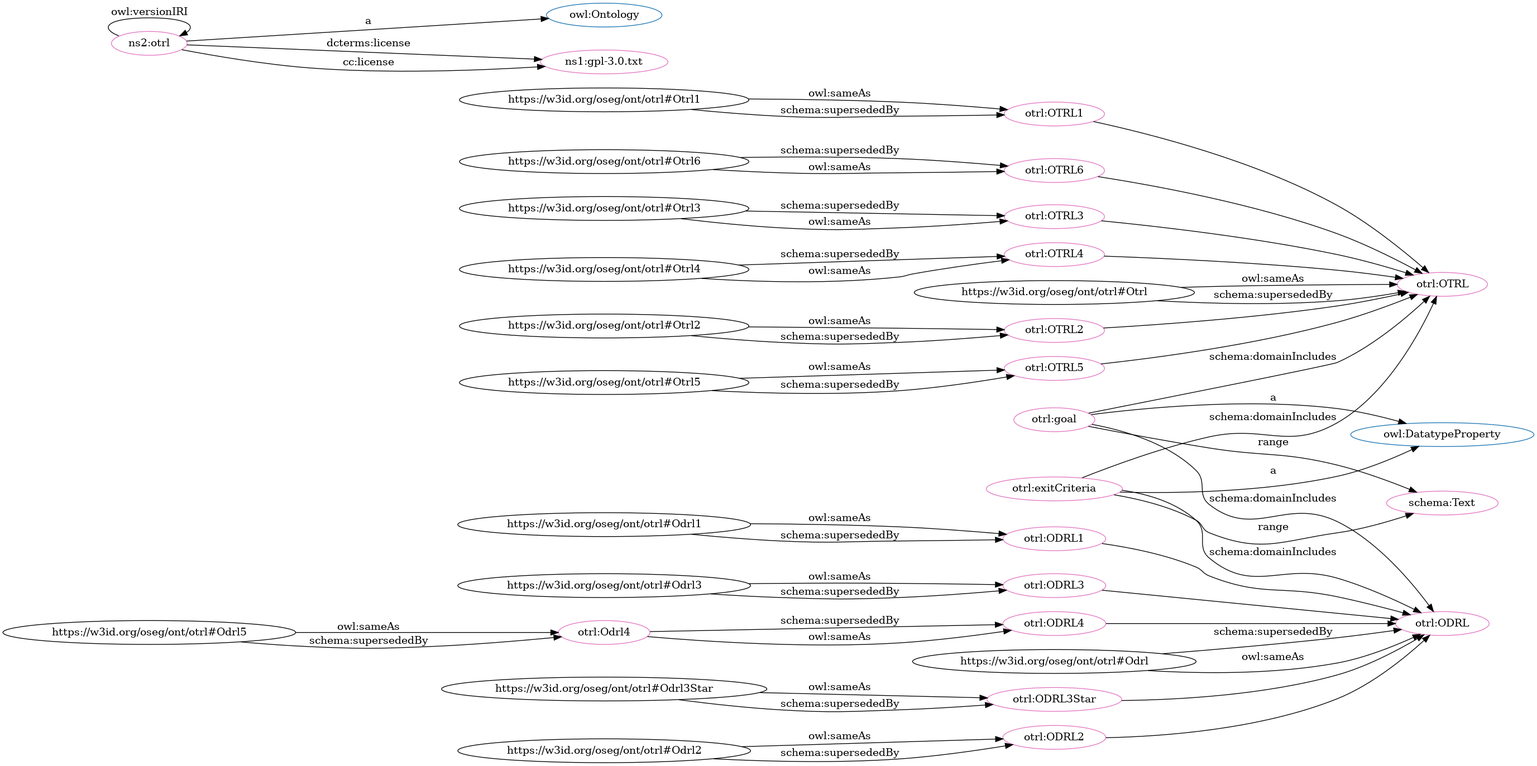
Above: dot_OTRL.png in OPEN-NEXT/OKH-LOSH (Graphviz), before the change. Its source is kept beside it as dot_OTRL.dot.
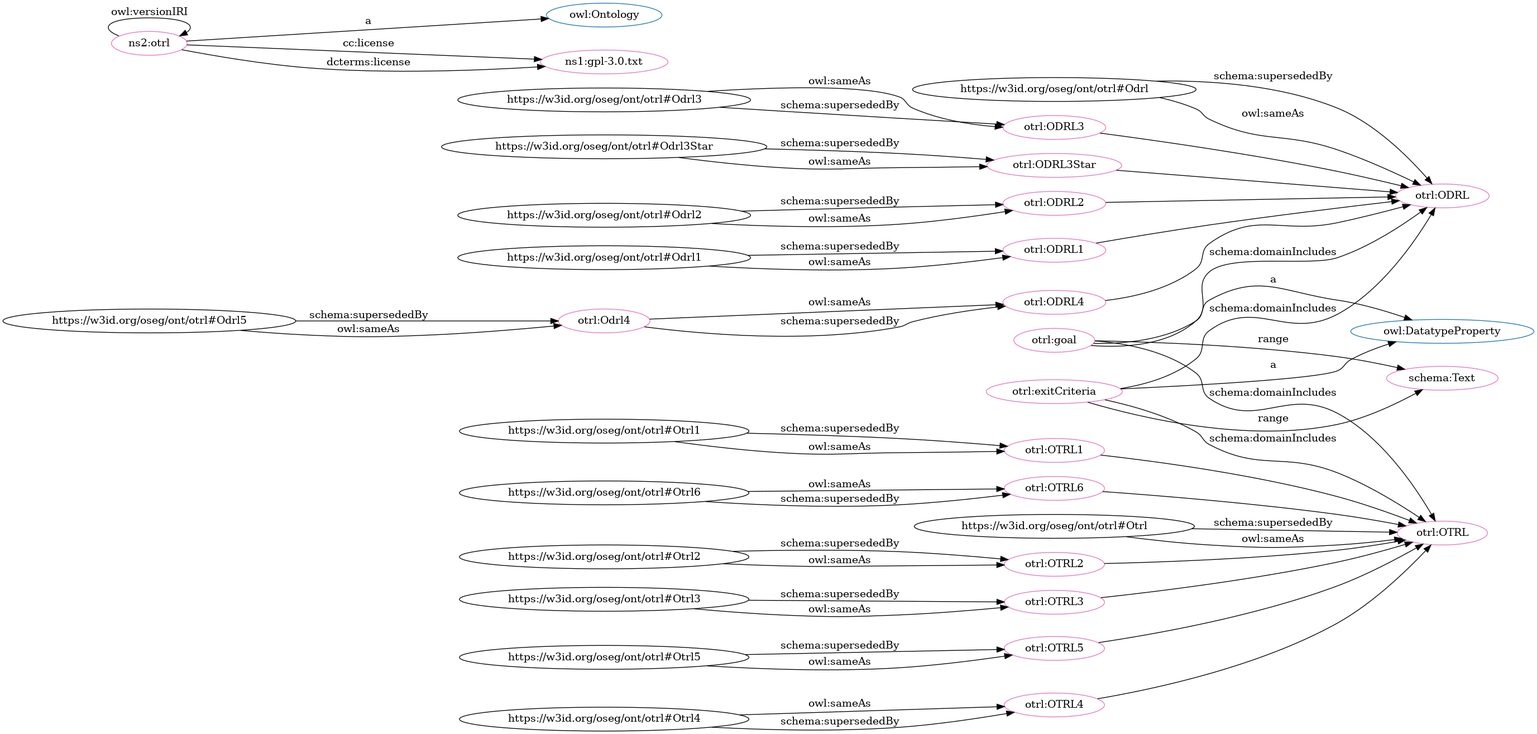
The same diagram one commit later.

Diff of the diagram source:
```diff
@@ -1,89 +1,89 @@
 digraph G {
   rankdir=BT
   node[height=.3]
+"https://w3id.org/oseg/ont/otrl#ODRL3" [fillcolor="#1f77b4" color="#1f77b4" label="otrl:ODRL3"]
+"https://w3id.org/oseg/ont/otrl#OTRL1" [fillcolor="#1f77b4" color="#1f77b4" label="otrl:OTRL1"]
+"https://w3id.org/oseg/ont/otrl#OTRL6" [fillcolor="#1f77b4" color="#1f77b4" label="otrl:OTRL6"]
+"https://w3id.org/oseg/ont/otrl#ODRL3Star" [fillcolor="#1f77b4" color="#1f77b4" label="otrl:ODRL3Star"]
+"https://w3id.org/oseg/ont/otrl#ODRL2" [fillcolor="#1f77b4" color="#1f77b4" label="otrl:ODRL2"]
+"https://w3id.org/oseg/ont/otrl#OTRL2" [fillcolor="#1f77b4" color="#1f77b4" label="otrl:OTRL2"]
+"http://www.w3.org/2002/07/owl#Ontology" [fillcolor="#1f77b4" color="#1f77b4" label="owl:Ontology"]
+"http://www.w3.org/2002/07/owl#DatatypeProperty" [fillcolor="#1f77b4" color="#1f77b4" label="owl:DatatypeProperty"]
+"https://w3id.org/oseg/ont/otrl#ODRL" [fillcolor="#1f77b4" color="#1f77b4" label="otrl:ODRL"]
+"https://w3id.org/oseg/ont/otrl#OTRL" [fillcolor="#1f77b4" color="#1f77b4" label="otrl:OTRL"]
+"https://w3id.org/oseg/ont/otrl#ODRL1" [fillcolor="#1f77b4" color="#1f77b4" label="otrl:ODRL1"]
+"https://w3id.org/oseg/ont/otrl#ODRL4" [fillcolor="#1f77b4" color="#1f77b4" label="otrl:ODRL4"]
 "https://w3id.org/oseg/ont/otrl#OTRL3" [fillcolor="#1f77b4" color="#1f77b4" label="otrl:OTRL3"]
-"https://w3id.org/oseg/ont/otrl#ODRL1" [fillcolor="#1f77b4" color="#1f77b4" label="otrl:ODRL1"]
-"http://www.w3.org/2002/07/owl#DatatypeProperty" [fillcolor="#1f77b4" color="#1f77b4" label="owl:DatatypeProperty"]
-"http://www.w3.org/2002/07/owl#Ontology" [fillcolor="#1f77b4" color="#1f77b4" label="owl:Ontology"]
-"https://w3id.org/oseg/ont/otrl#ODRL" [fillcolor="#1f77b4" color="#1f77b4" label="otrl:ODRL"]
-"https://w3id.org/oseg/ont/otrl#ODRL3" [fillcolor="#1f77b4" color="#1f77b4" label="otrl:ODRL3"]
-"https://w3id.org/oseg/ont/otrl#ODRL4" [fillcolor="#1f77b4" color="#1f77b4" label="otrl:ODRL4"]
-"https://w3id.org/oseg/ont/otrl#ODRL3Star" [fillcolor="#1f77b4" color="#1f77b4" label="otrl:ODRL3Star"]
+"https://w3id.org/oseg/ont/otrl#OTRL5" [fillcolor="#1f77b4" color="#1f77b4" label="otrl:OTRL5"]
 "https://w3id.org/oseg/ont/otrl#OTRL4" [fillcolor="#1f77b4" color="#1f77b4" label="otrl:OTRL4"]
-"https://w3id.org/oseg/ont/otrl#OTRL2" [fillcolor="#1f77b4" color="#1f77b4" label="otrl:OTRL2"]
-"https://w3id.org/oseg/ont/otrl#OTRL5" [fillcolor="#1f77b4" color="#1f77b4" label="otrl:OTRL5"]
-"https://w3id.org/oseg/ont/otrl#OTRL1" [fillcolor="#1f77b4" color="#1f77b4" label="otrl:OTRL1"]
-"https://w3id.org/oseg/ont/otrl#ODRL2" [fillcolor="#1f77b4" color="#1f77b4" label="otrl:ODRL2"]
-"https://w3id.org/oseg/ont/otrl#OTRL" [fillcolor="#1f77b4" color="#1f77b4" label="otrl:OTRL"]
-"https://w3id.org/oseg/ont/otrl#OTRL6" [fillcolor="#1f77b4" color="#1f77b4" label="otrl:OTRL6"]
 "https://w3id.org/oseg/ont/otrl#ODRL2" [fillcolor="#e377c2" color="#e377c2" label="otrl:ODRL2"]
+"https://w3id.org/oseg/ont/otrl#ODRL3Star" [fillcolor="#e377c2" color="#e377c2" label="otrl:ODRL3Star"]
+"https://w3id.org/oseg/ont/otrl#OTRL6" [fillcolor="#e377c2" color="#e377c2" label="otrl:OTRL6"]
+"https://w3id.org/oseg/ont/otrl#OTRL" [fillcolor="#e377c2" color="#e377c2" label="otrl:OTRL"]
+"https://w3id.org/oseg/ont/otrl#ODRL1" [fillcolor="#e377c2" color="#e377c2" label="otrl:ODRL1"]
+"https://w3id.org/oseg/ont/otrl#ODRL" [fillcolor="#e377c2" color="#e377c2" label="otrl:ODRL"]
+"https://w3id.org/oseg/ont/otrl#OTRL5" [fillcolor="#e377c2" color="#e377c2" label="otrl:OTRL5"]
+"https://w3id.org/oseg/ont/otrl#ODRL3" [fillcolor="#e377c2" color="#e377c2" label="otrl:ODRL3"]
 "https://w3id.org/oseg/ont/otrl#OTRL4" [fillcolor="#e377c2" color="#e377c2" label="otrl:OTRL4"]
-"https://w3id.org/oseg/ont/otrl#OTRL" [fillcolor="#e377c2" color="#e377c2" label="otrl:OTRL"]
-"https://w3id.org/oseg/ont/otrl#ODRL" [fillcolor="#e377c2" color="#e377c2" label="otrl:ODRL"]
-"https://w3id.org/oseg/ont/otrl#goal" [fillcolor="#e377c2" color="#e377c2" label="otrl:goal"]
-"https://w3id.org/oseg/ont/otrl#OTRL5" [fillcolor="#e377c2" color="#e377c2" label="otrl:OTRL5"]
-"https://www.gnu.org/licenses/gpl-3.0.txt" [fillcolor="#e377c2" color="#e377c2" label="ns1:gpl-3.0.txt"]
-"https://w3id.org/oseg/ont/otrl#ODRL1" [fillcolor="#e377c2" color="#e377c2" label="otrl:ODRL1"]
-"https://w3id.org/oseg/ont/otrl#exitCriteria" [fillcolor="#e377c2" color="#e377c2" label="otrl:exitCriteria"]
+"https://w3id.org/oseg/ont/otrl#OTRL1" [fillcolor="#e377c2" color="#e377c2" label="otrl:OTRL1"]
 "https://w3id.org/oseg/ont/otrl#OTRL3" [fillcolor="#e377c2" color="#e377c2" label="otrl:OTRL3"]
 "https://w3id.org/oseg/ont/otrl#OTRL2" [fillcolor="#e377c2" color="#e377c2" label="otrl:OTRL2"]
+"https://w3id.org/oseg/ont/otrl#ODRL4" [fillcolor="#e377c2" color="#e377c2" label="otrl:ODRL4"]
+"https://www.gnu.org/licenses/gpl-3.0.txt" [fillcolor="#e377c2" color="#e377c2" label="ns1:gpl-3.0.txt"]
+"https://w3id.org/oseg/ont/otrl#Odrl4" [fillcolor="#e377c2" color="#e377c2" label="otrl:Odrl4"]
+"https://w3id.org/oseg/ont/otrl#goal" [fillcolor="#e377c2" color="#e377c2" label="otrl:goal"]
 "https://w3id.org/oseg/ont/otrl" [fillcolor="#e377c2" color="#e377c2" label="ns2:otrl"]
-"https://w3id.org/oseg/ont/otrl#OTRL6" [fillcolor="#e377c2" color="#e377c2" label="otrl:OTRL6"]
 "http://schema.org/Text" [fillcolor="#e377c2" color="#e377c2" label="schema:Text"]
-"https://w3id.org/oseg/ont/otrl#ODRL4" [fillcolor="#e377c2" color="#e377c2" label="otrl:ODRL4"]
-"https://w3id.org/oseg/ont/otrl#ODRL3" [fillcolor="#e377c2" color="#e377c2" label="otrl:ODRL3"]
-"https://w3id.org/oseg/ont/otrl#ODRL3Star" [fillcolor="#e377c2" color="#e377c2" label="otrl:ODRL3Star"]
-"https://w3id.org/oseg/ont/otrl#Odrl4" [fillcolor="#e377c2" color="#e377c2" label="otrl:Odrl4"]
-"https://w3id.org/oseg/ont/otrl#OTRL1" [fillcolor="#e377c2" color="#e377c2" label="otrl:OTRL1"]
-  "https://w3id.org/oseg/ont/otrl#Odrl2" -> "https://w3id.org/oseg/ont/otrl#ODRL2" [label="owl:sameAs"]
+"https://w3id.org/oseg/ont/otrl#exitCriteria" [fillcolor="#e377c2" color="#e377c2" label="otrl:exitCriteria"]
+  "https://w3id.org/oseg/ont/otrl#Odrl2" -> "https://w3id.org/oseg/ont/otrl#ODRL2" [label="schema:supersededBy"]
+  "https://w3id.org/oseg/ont/otrl#Odrl3Star" -> "https://w3id.org/oseg/ont/otrl#ODRL3Star" [label="schema:supersededBy"]
+  "https://w3id.org/oseg/ont/otrl#Otrl6" -> "https://w3id.org/oseg/ont/otrl#OTRL6" [label="owl:sameAs"]
+  "https://w3id.org/oseg/ont/otrl#exitCriteria" -> "https://w3id.org/oseg/ont/otrl#OTRL" [label="schema:domainIncludes"]
+  "https://w3id.org/oseg/ont/otrl#Odrl1" -> "https://w3id.org/oseg/ont/otrl#ODRL1" [label="schema:supersededBy"]
+  "https://w3id.org/oseg/ont/otrl#Odrl" -> "https://w3id.org/oseg/ont/otrl#ODRL" [label="owl:sameAs"]
+  "https://w3id.org/oseg/ont/otrl#Odrl3" -> "https://w3id.org/oseg/ont/otrl#ODRL3" [label="owl:sameAs"]
+  "https://w3id.org/oseg/ont/otrl#Odrl1" -> "https://w3id.org/oseg/ont/otrl#ODRL1" [label="owl:sameAs"]
+  "https://w3id.org/oseg/ont/otrl#Otrl5" -> "https://w3id.org/oseg/ont/otrl#OTRL5" [label="schema:supersededBy"]
+  "https://w3id.org/oseg/ont/otrl#Otrl4" -> "https://w3id.org/oseg/ont/otrl#OTRL4" [label="owl:sameAs"]
+  "https://w3id.org/oseg/ont/otrl#goal" -> "https://w3id.org/oseg/ont/otrl#OTRL" [label="schema:domainIncludes"]
+  "https://w3id.org/oseg/ont/otrl#Otrl1" -> "https://w3id.org/oseg/ont/otrl#OTRL1" [label="schema:supersededBy"]
+  "https://w3id.org/oseg/ont/otrl#OTRL5" -> "https://w3id.org/oseg/ont/otrl#OTRL" [label=""]
+  "https://w3id.org/oseg/ont/otrl#ODRL3" -> "https://w3id.org/oseg/ont/otrl#ODRL" [label=""]
+  "https://w3id.org/oseg/ont/otrl#Otrl" -> "https://w3id.org/oseg/ont/otrl#OTRL" [label="schema:supersededBy"]
+  "https://w3id.org/oseg/ont/otrl#ODRL2" -> "https://w3id.org/oseg/ont/otrl#ODRL" [label=""]
+  "https://w3id.org/oseg/ont/otrl#Otrl3" -> "https://w3id.org/oseg/ont/otrl#OTRL3" [label="schema:supersededBy"]
+  "https://w3id.org/oseg/ont/otrl#exitCriteria" -> "https://w3id.org/oseg/ont/otrl#ODRL" [label="schema:domainIncludes"]
+  "https://w3id.org/oseg/ont/otrl#Otrl2" -> "https://w3id.org/oseg/ont/otrl#OTRL2" [label="schema:supersededBy"]
+  "https://w3id.org/oseg/ont/otrl#goal" -> "https://w3id.org/oseg/ont/otrl#ODRL" [label="schema:domainIncludes"]
+  "https://w3id.org/oseg/ont/otrl#ODRL1" -> "https://w3id.org/oseg/ont/otrl#ODRL" [label=""]
   "https://w3id.org/oseg/ont/otrl#Otrl4" -> "https://w3id.org/oseg/ont/otrl#OTRL4" [label="schema:supersededBy"]
-  "https://w3id.org/oseg/ont/otrl#goal" -> "https://w3id.org/oseg/ont/otrl#OTRL" [label="schema:domainIncludes"]
-  "https://w3id.org/oseg/ont/otrl#Otrl" -> "https://w3id.org/oseg/ont/otrl#OTRL" [label="owl:sameAs"]
+  "https://w3id.org/oseg/ont/otrl#Odrl4" -> "https://w3id.org/oseg/ont/otrl#ODRL4" [label="owl:sameAs"]
+  "https://w3id.org/oseg/ont/otrl#OTRL6" -> "https://w3id.org/oseg/ont/otrl#OTRL" [label=""]
+  "https://w3id.org/oseg/ont/otrl#OTRL2" -> "https://w3id.org/oseg/ont/otrl#OTRL" [label=""]
+  "https://w3id.org/oseg/ont/otrl#OTRL3" -> "https://w3id.org/oseg/ont/otrl#OTRL" [label=""]
+  "https://w3id.org/oseg/ont/otrl#Odrl3Star" -> "https://w3id.org/oseg/ont/otrl#ODRL3Star" [label="owl:sameAs"]
+  "https://w3id.org/oseg/ont/otrl" -> "https://www.gnu.org/licenses/gpl-3.0.txt" [label="cc:license"]
+  "https://w3id.org/oseg/ont/otrl" -> "https://www.gnu.org/licenses/gpl-3.0.txt" [label="dcterms:license"]
   "https://w3id.org/oseg/ont/otrl#Odrl" -> "https://w3id.org/oseg/ont/otrl#ODRL" [label="schema:supersededBy"]
-  "https://w3id.org/oseg/ont/otrl#exitCriteria" -> "https://w3id.org/oseg/ont/otrl#ODRL" [label="schema:domainIncludes"]
+  "https://w3id.org/oseg/ont/otrl#OTRL4" -> "https://w3id.org/oseg/ont/otrl#OTRL" [label=""]
+  "https://w3id.org/oseg/ont/otrl#ODRL4" -> "https://w3id.org/oseg/ont/otrl#ODRL" [label=""]
+  "https://w3id.org/oseg/ont/otrl#Odrl5" -> "https://w3id.org/oseg/ont/otrl#Odrl4" [label="schema:supersededBy"]
   "https://w3id.org/oseg/ont/otrl#goal" -> "http://www.w3.org/2002/07/owl#DatatypeProperty" [label="a"]
   "https://w3id.org/oseg/ont/otrl#Otrl5" -> "https://w3id.org/oseg/ont/otrl#OTRL5" [label="owl:sameAs"]
-  "https://w3id.org/oseg/ont/otrl#ODRL3Star" -> "https://w3id.org/oseg/ont/otrl#ODRL" [label=""]
-  "https://w3id.org/oseg/ont/otrl" -> "https://www.gnu.org/licenses/gpl-3.0.txt" [label="dcterms:license"]
-  "https://w3id.org/oseg/ont/otrl#OTRL4" -> "https://w3id.org/oseg/ont/otrl#OTRL" [label=""]
-  "https://w3id.org/oseg/ont/otrl" -> "https://www.gnu.org/licenses/gpl-3.0.txt" [label="cc:license"]
-  "https://w3id.org/oseg/ont/otrl#Odrl1" -> "https://w3id.org/oseg/ont/otrl#ODRL1" [label="owl:sameAs"]
-  "https://w3id.org/oseg/ont/otrl#OTRL1" -> "https://w3id.org/oseg/ont/otrl#OTRL" [label=""]
-  "https://w3id.org/oseg/ont/otrl#OTRL5" -> "https://w3id.org/oseg/ont/otrl#OTRL" [label=""]
-  "https://w3id.org/oseg/ont/otrl#OTRL3" -> "https://w3id.org/oseg/ont/otrl#OTRL" [label=""]
-  "https://w3id.org/oseg/ont/otrl#exitCriteria" -> "http://www.w3.org/2002/07/owl#DatatypeProperty" [label="a"]
-  "https://w3id.org/oseg/ont/otrl#Otrl3" -> "https://w3id.org/oseg/ont/otrl#OTRL3" [label="schema:supersededBy"]
+  "https://w3id.org/oseg/ont/otrl#Otrl" -> "https://w3id.org/oseg/ont/otrl#OTRL" [label="owl:sameAs"]
+  "https://w3id.org/oseg/ont/otrl" -> "http://www.w3.org/2002/07/owl#Ontology" [label="a"]
+  "https://w3id.org/oseg/ont/otrl" -> "https://w3id.org/oseg/ont/otrl" [label="owl:versionIRI"]
+  "https://w3id.org/oseg/ont/otrl#Otrl6" -> "https://w3id.org/oseg/ont/otrl#OTRL6" [label="schema:supersededBy"]
+  "https://w3id.org/oseg/ont/otrl#Odrl2" -> "https://w3id.org/oseg/ont/otrl#ODRL2" [label="owl:sameAs"]
   "https://w3id.org/oseg/ont/otrl#Otrl2" -> "https://w3id.org/oseg/ont/otrl#OTRL2" [label="owl:sameAs"]
-  "https://w3id.org/oseg/ont/otrl#ODRL1" -> "https://w3id.org/oseg/ont/otrl#ODRL" [label=""]
-  "https://w3id.org/oseg/ont/otrl#Odrl2" -> "https://w3id.org/oseg/ont/otrl#ODRL2" [label="schema:supersededBy"]
-  "https://w3id.org/oseg/ont/otrl#Otrl" -> "https://w3id.org/oseg/ont/otrl#OTRL" [label="schema:supersededBy"]
-  "https://w3id.org/oseg/ont/otrl" -> "http://www.w3.org/2002/07/owl#Ontology" [label="a"]
-  "https://w3id.org/oseg/ont/otrl#Otrl6" -> "https://w3id.org/oseg/ont/otrl#OTRL6" [label="schema:supersededBy"]
+  "https://w3id.org/oseg/ont/otrl#exitCriteria" -> "http://schema.org/Text" [label="range"]
   "https://w3id.org/oseg/ont/otrl#goal" -> "http://schema.org/Text" [label="range"]
   "https://w3id.org/oseg/ont/otrl#Odrl4" -> "https://w3id.org/oseg/ont/otrl#ODRL4" [label="schema:supersededBy"]
+  "https://w3id.org/oseg/ont/otrl#exitCriteria" -> "http://www.w3.org/2002/07/owl#DatatypeProperty" [label="a"]
+  "https://w3id.org/oseg/ont/otrl#Odrl5" -> "https://w3id.org/oseg/ont/otrl#Odrl4" [label="owl:sameAs"]
+  "https://w3id.org/oseg/ont/otrl#Odrl3" -> "https://w3id.org/oseg/ont/otrl#ODRL3" [label="schema:supersededBy"]
+  "https://w3id.org/oseg/ont/otrl#Otrl1" -> "https://w3id.org/oseg/ont/otrl#OTRL1" [label="owl:sameAs"]
+  "https://w3id.org/oseg/ont/otrl#OTRL1" -> "https://w3id.org/oseg/ont/otrl#OTRL" [label=""]
+  "https://w3id.org/oseg/ont/otrl#ODRL3Star" -> "https://w3id.org/oseg/ont/otrl#ODRL" [label=""]
   "https://w3id.org/oseg/ont/otrl#Otrl3" -> "https://w3id.org/oseg/ont/otrl#OTRL3" [label="owl:sameAs"]
-  "https://w3id.org/oseg/ont/otrl#Odrl1" -> "https://w3id.org/oseg/ont/otrl#ODRL1" [label="schema:supersededBy"]
-  "https://w3id.org/oseg/ont/otrl#Otrl6" -> "https://w3id.org/oseg/ont/otrl#OTRL6" [label="owl:sameAs"]
-  "https://w3id.org/oseg/ont/otrl#Odrl3" -> "https://w3id.org/oseg/ont/otrl#ODRL3" [label="owl:sameAs"]
-  "https://w3id.org/oseg/ont/otrl#Odrl3Star" -> "https://w3id.org/oseg/ont/otrl#ODRL3Star" [label="owl:sameAs"]
-  "https://w3id.org/oseg/ont/otrl#OTRL2" -> "https://w3id.org/oseg/ont/otrl#OTRL" [label=""]
-  "https://w3id.org/oseg/ont/otrl#Otrl2" -> "https://w3id.org/oseg/ont/otrl#OTRL2" [label="schema:supersededBy"]
-  "https://w3id.org/oseg/ont/otrl#exitCriteria" -> "http://schema.org/Text" [label="range"]
-  "https://w3id.org/oseg/ont/otrl#Odrl3" -> "https://w3id.org/oseg/ont/otrl#ODRL3" [label="schema:supersededBy"]
-  "https://w3id.org/oseg/ont/otrl#Odrl4" -> "https://w3id.org/oseg/ont/otrl#ODRL4" [label="owl:sameAs"]
-  "https://w3id.org/oseg/ont/otrl#Otrl4" -> "https://w3id.org/oseg/ont/otrl#OTRL4" [label="owl:sameAs"]
-  "https://w3id.org/oseg/ont/otrl#Odrl5" -> "https://w3id.org/oseg/ont/otrl#Odrl4" [label="owl:sameAs"]
-  "https://w3id.org/oseg/ont/otrl#OTRL6" -> "https://w3id.org/oseg/ont/otrl#OTRL" [label=""]
-  "https://w3id.org/oseg/ont/otrl#ODRL4" -> "https://w3id.org/oseg/ont/otrl#ODRL" [label=""]
-  "https://w3id.org/oseg/ont/otrl#Odrl5" -> "https://w3id.org/oseg/ont/otrl#Odrl4" [label="schema:supersededBy"]
-  "https://w3id.org/oseg/ont/otrl#ODRL3" -> "https://w3id.org/oseg/ont/otrl#ODRL" [label=""]
-  "https://w3id.org/oseg/ont/otrl#goal" -> "https://w3id.org/oseg/ont/otrl#ODRL" [label="schema:domainIncludes"]
-  "https://w3id.org/oseg/ont/otrl#Otrl1" -> "https://w3id.org/oseg/ont/otrl#OTRL1" [label="owl:sameAs"]
-  "https://w3id.org/oseg/ont/otrl" -> "https://w3id.org/oseg/ont/otrl" [label="owl:versionIRI"]
-  "https://w3id.org/oseg/ont/otrl#Otrl1" -> "https://w3id.org/oseg/ont/otrl#OTRL1" [label="schema:supersededBy"]
-  "https://w3id.org/oseg/ont/otrl#ODRL2" -> "https://w3id.org/oseg/ont/otrl#ODRL" [label=""]
-  "https://w3id.org/oseg/ont/otrl#Odrl3Star" -> "https://w3id.org/oseg/ont/otrl#ODRL3Star" [label="schema:supersededBy"]
-  "https://w3id.org/oseg/ont/otrl#Otrl5" -> "https://w3id.org/oseg/ont/otrl#OTRL5" [label="schema:supersededBy"]
-  "https://w3id.org/oseg/ont/otrl#exitCriteria" -> "https://w3id.org/oseg/ont/otrl#OTRL" [label="schema:domainIncludes"]
-  "https://w3id.org/oseg/ont/otrl#Odrl" -> "https://w3id.org/oseg/ont/otrl#ODRL" [label="owl:sameAs"]
 }
```
